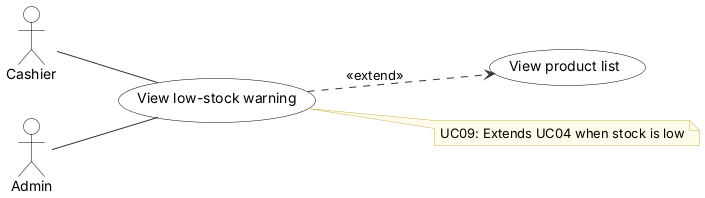
The PlantUML diagram diagrams/uml/14_UC09_view_low-stock_warning.png in JmlAsync/inventory-pos-system, before a commit.
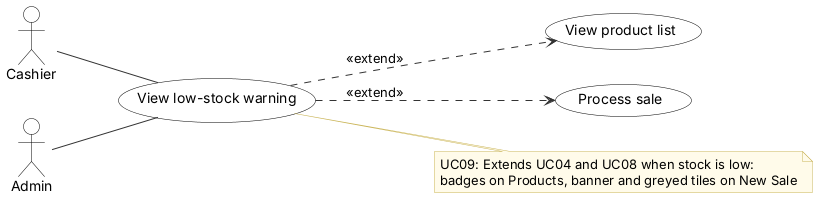
The same diagram one commit later.

Change to the diagram source:
```diff
@@ -45,7 +45,10 @@
 Admin -- U
 usecase "View product list" as UC04
 U ..> UC04 : <<extend>>
+usecase "Process sale" as UC08
+U ..> UC08 : <<extend>>
 note right of U
-  UC09: Extends UC04 when stock is low
+  UC09: Extends UC04 and UC08 when stock is low:
+  badges on Products, banner and greyed tiles on New Sale
 end note
 @enduml
```
